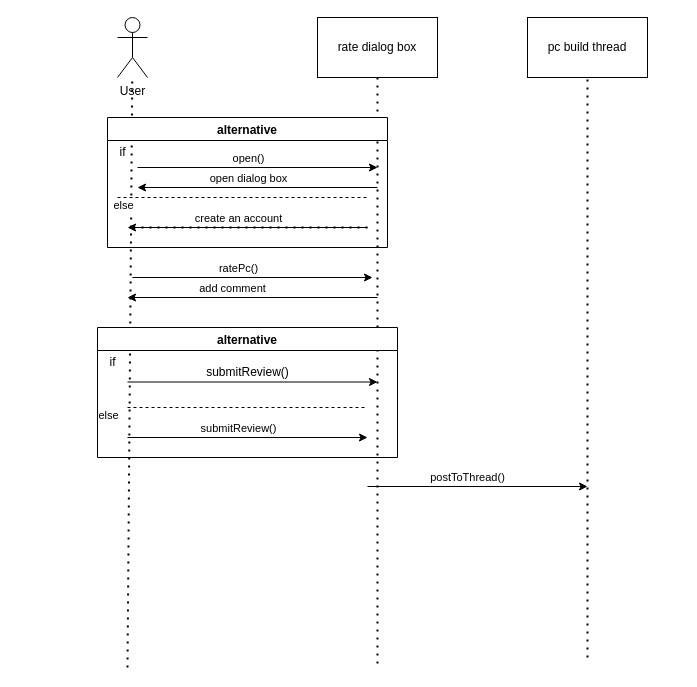
Earlier version of the draw.io diagram SSD models/rate build.drawio (Fusedoom/Three-Stooges). Source tidied: cells renumbered, new cells numbered last; positions are measured from the earlier drawing's top-left corner, leaving out a move shared by most shapes. Both pictures are drawn from the tidied source at 100%, with x=0, y=0 at pixel (97, 17).
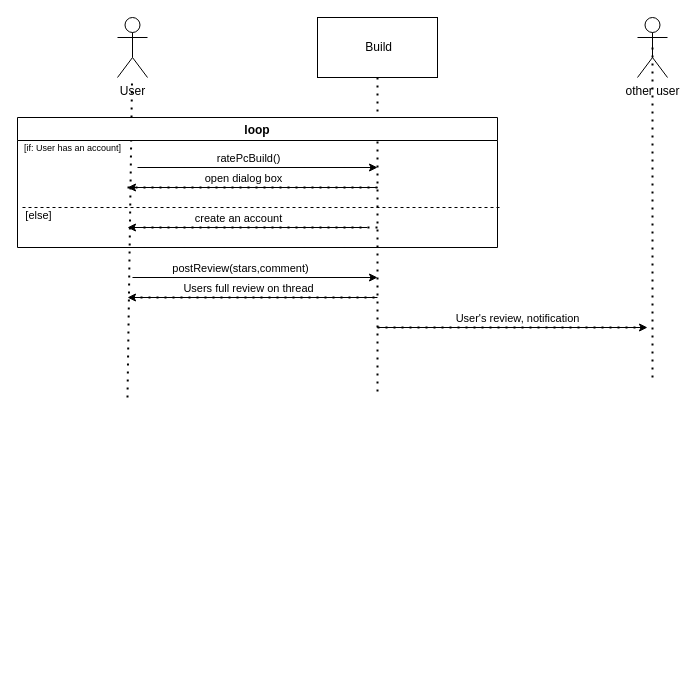
Above is the later version.

Unchanged cells that the change refers to:
```xml
<mxCell id="3" value="User" style="shape=umlActor;verticalLabelPosition=bottom;verticalAlign=top;html=1;outlineConnect=0;" parent="1" vertex="1">
  <mxGeometry x="20" width="30" height="60" as="geometry" />
</mxCell>
<mxCell id="6" style="endArrow=classic;html=1;rounded=0;" parent="1" edge="1">
  <mxGeometry relative="1" as="geometry">
    <mxPoint x="40" y="150" as="sourcePoint" />
    <mxPoint x="280" y="150" as="targetPoint" />
  </mxGeometry>
</mxCell>
```

What changed in the source:
```diff
@@
-    <mxCell id="2" value="rate dialog box" style="rounded=0;whiteSpace=wrap;html=1;" parent="1" vertex="1">
+    <mxCell id="2" value="&amp;nbsp;Build" style="rounded=0;whiteSpace=wrap;html=1;" parent="1" vertex="1">
       <mxGeometry x="220" width="120" height="60" as="geometry" />
     </mxCell>
@@
     <mxCell id="4" style="endArrow=none;dashed=1;html=1;dashPattern=1 3;strokeWidth=2;rounded=0;" parent="1" edge="1" target="3">
       <mxGeometry relative="1" as="geometry">
-        <mxPoint x="30" y="650" as="sourcePoint" />
+        <mxPoint x="30" y="380" as="sourcePoint" />
       </mxGeometry>
     </mxCell>
     <mxCell id="5" style="endArrow=none;dashed=1;html=1;dashPattern=1 3;strokeWidth=2;rounded=0;" parent="1" edge="1" source="2">
       <mxGeometry relative="1" as="geometry">
-        <mxPoint x="280" y="650" as="targetPoint" />
+        <mxPoint x="280" y="380" as="targetPoint" />
       </mxGeometry>
     </mxCell>
@@
-    <mxCell id="7" value="open()" style="edgeLabel;html=1;align=center;verticalAlign=middle;" parent="6" vertex="1">
+    <mxCell id="7" value="ratePcBuild()" style="edgeLabel;html=1;align=center;verticalAlign=middle;" parent="6" vertex="1">
       <mxGeometry x="-0.1" y="-1" relative="1" as="geometry">
         <mxPoint x="2" y="-11" as="offset" />
       </mxGeometry>
     </mxCell>
-    <mxCell id="8" style="endArrow=classic;html=1;rounded=0;" parent="1" edge="1">
-      <mxGeometry relative="1" as="geometry">
-        <mxPoint x="280" y="170" as="sourcePoint" />
-        <mxPoint x="40" y="170" as="targetPoint" />
-      </mxGeometry>
-    </mxCell>
-    <mxCell id="9" value="open dialog box" style="edgeLabel;html=1;align=center;verticalAlign=middle;" parent="8" vertex="1">
-      <mxGeometry x="0.13" y="-1" relative="1" as="geometry">
-        <mxPoint x="6" y="-9" as="offset" />
-      </mxGeometry>
-    </mxCell>
-    <mxCell id="10" value="pc build thread" style="rounded=0;whiteSpace=wrap;html=1;" parent="1" vertex="1">
-      <mxGeometry x="430" width="120" height="60" as="geometry" />
-    </mxCell>
-    <mxCell id="11" style="endArrow=none;dashed=1;html=1;dashPattern=1 3;strokeWidth=2;rounded=0;entryX=0.5;entryY=1;entryDx=0;entryDy=0;" parent="1" edge="1" target="10">
-      <mxGeometry relative="1" as="geometry">
-        <mxPoint x="490" y="640" as="sourcePoint" />
-      </mxGeometry>
-    </mxCell>
     <mxCell id="12" style="endArrow=classic;html=1;rounded=0;" parent="1" edge="1">
       <mxGeometry relative="1" as="geometry">
         <mxPoint x="35" y="260" as="sourcePoint" />
-        <mxPoint x="275" y="260" as="targetPoint" />
+        <mxPoint x="280" y="260" as="targetPoint" />
       </mxGeometry>
     </mxCell>
-    <mxCell id="13" value="ratePc()" style="edgeLabel;html=1;align=center;verticalAlign=middle;" parent="12" vertex="1">
+    <mxCell id="13" value="postReview(stars,comment)" style="edgeLabel;html=1;align=center;verticalAlign=middle;" parent="12" vertex="1">
       <mxGeometry x="-0.25" y="-3" relative="1" as="geometry">
         <mxPoint x="15" y="-13" as="offset" />
       </mxGeometry>
     </mxCell>
-    <mxCell id="14" value="alternative" style="swimlane;" parent="1" vertex="1">
-      <mxGeometry x="10" y="100" width="280" height="130" as="geometry" />
+    <mxCell id="14" value="loop" style="swimlane;startSize=23;" parent="1" vertex="1">
+      <mxGeometry x="-80" y="100" width="480" height="130" as="geometry" />
     </mxCell>
     <mxCell id="15" style="endArrow=classic;html=1;rounded=0;" parent="14" edge="1">
       <mxGeometry relative="1" as="geometry">
-        <mxPoint x="260" y="110" as="sourcePoint" />
-        <mxPoint x="20" y="110" as="targetPoint" />
+        <mxPoint x="350" y="110" as="sourcePoint" />
+        <mxPoint x="110" y="110" as="targetPoint" />
       </mxGeometry>
     </mxCell>
@@
     <mxCell id="17" style="endArrow=none;dashed=1;html=1;dashPattern=1 3;strokeWidth=2;rounded=0;" parent="14" edge="1">
       <mxGeometry relative="1" as="geometry">
-        <mxPoint x="260" y="110" as="sourcePoint" />
-        <mxPoint x="20" y="110" as="targetPoint" />
+        <mxPoint x="360" y="110" as="sourcePoint" />
+        <mxPoint x="120" y="110" as="targetPoint" />
       </mxGeometry>
     </mxCell>
     <mxCell id="18" style="endArrow=none;dashed=1;html=1;rounded=0;" parent="14" edge="1">
       <mxGeometry relative="1" as="geometry">
-        <mxPoint x="10" y="80" as="sourcePoint" />
-        <mxPoint x="260" y="80" as="targetPoint" />
+        <mxPoint x="5" y="90" as="sourcePoint" />
+        <mxPoint x="485" y="90" as="targetPoint" />
       </mxGeometry>
     </mxCell>
-    <mxCell id="19" value="else" style="edgeLabel;html=1;align=center;verticalAlign=middle;" parent="18" vertex="1">
+    <mxCell id="19" value="[else]" style="edgeLabel;html=1;align=center;verticalAlign=middle;" parent="18" vertex="1">
       <mxGeometry x="-0.85" y="-7" relative="1" as="geometry">
-        <mxPoint x="-14" as="offset" />
+        <mxPoint x="-21" as="offset" />
       </mxGeometry>
     </mxCell>
-    <mxCell id="20" value="if" style="text;html=1;align=center;verticalAlign=middle;strokeColor=none;fillColor=none;" parent="14" vertex="1">
-      <mxGeometry y="20" width="30" height="30" as="geometry" />
+    <mxCell id="20" value="&lt;font style=&quot;font-size: 9px;&quot;&gt;[if: User has an account]&lt;/font&gt;" style="text;html=1;align=center;verticalAlign=middle;strokeColor=none;fillColor=none;" parent="14" vertex="1">
+      <mxGeometry y="20" width="110" height="20" as="geometry" />
     </mxCell>
-    <mxCell id="21" value="alternative" style="swimlane;" parent="1" vertex="1">
-      <mxGeometry y="310" width="300" height="130" as="geometry" />
-    </mxCell>
-    <mxCell id="22" style="endArrow=none;dashed=1;html=1;rounded=0;" parent="21" edge="1">
-      <mxGeometry relative="1" as="geometry">
-        <mxPoint x="30" y="80" as="sourcePoint" />
-        <mxPoint x="270" y="80" as="targetPoint" />
-      </mxGeometry>
-    </mxCell>
-    <mxCell id="23" value="else" style="edgeLabel;html=1;align=center;verticalAlign=middle;" parent="22" vertex="1">
-      <mxGeometry x="-0.85" y="-7" relative="1" as="geometry">
-        <mxPoint x="-38" as="offset" />
-      </mxGeometry>
-    </mxCell>
-    <mxCell id="24" value="if" style="text;html=1;align=center;verticalAlign=middle;strokeColor=none;fillColor=none;" parent="21" vertex="1">
-      <mxGeometry y="20" width="30" height="30" as="geometry" />
-    </mxCell>
-    <mxCell id="25" style="endArrow=classic;html=1;rounded=0;" parent="21" edge="1">
-      <mxGeometry relative="1" as="geometry">
-        <mxPoint x="30" y="110" as="sourcePoint" />
-        <mxPoint x="270" y="110" as="targetPoint" />
-      </mxGeometry>
-    </mxCell>
-    <mxCell id="26" value="submitReview()" style="edgeLabel;html=1;align=center;verticalAlign=middle;" parent="25" vertex="1">
-      <mxGeometry x="0.31" y="3" relative="1" as="geometry">
-        <mxPoint x="-47" y="-7" as="offset" />
-      </mxGeometry>
-    </mxCell>
-    <mxCell id="27" style="endArrow=classic;html=1;rounded=0;" parent="21" edge="1">
-      <mxGeometry relative="1" as="geometry">
-        <mxPoint x="30" y="54.5" as="sourcePoint" />
-        <mxPoint x="280" y="54.5" as="targetPoint" />
-      </mxGeometry>
-    </mxCell>
-    <mxCell id="28" value="submitReview()" style="text;html=1;align=center;verticalAlign=middle;strokeColor=none;fillColor=none;" parent="21" vertex="1">
-      <mxGeometry x="95" y="30" width="110" height="30" as="geometry" />
-    </mxCell>
-    <mxCell id="29" style="endArrow=classic;html=1;rounded=0;" parent="1" edge="1">
-      <mxGeometry relative="1" as="geometry">
-        <mxPoint x="280" y="280" as="sourcePoint" />
-        <mxPoint x="30" y="280" as="targetPoint" />
-      </mxGeometry>
-    </mxCell>
-    <mxCell id="30" value="add comment" style="edgeLabel;html=1;align=center;verticalAlign=middle;" parent="29" vertex="1">
-      <mxGeometry x="0.17" y="1" relative="1" as="geometry">
-        <mxPoint y="-11" as="offset" />
-      </mxGeometry>
-    </mxCell>
-    <mxCell id="31" style="endArrow=classic;html=1;rounded=0;" parent="1" edge="1">
-      <mxGeometry relative="1" as="geometry">
-        <mxPoint x="270" y="469" as="sourcePoint" />
-        <mxPoint x="490" y="469" as="targetPoint" />
-      </mxGeometry>
-    </mxCell>
-    <mxCell id="32" value="postToThread()" style="edgeLabel;html=1;align=center;verticalAlign=middle;" parent="31" vertex="1">
-      <mxGeometry x="-0.29" y="1" relative="1" as="geometry">
-        <mxPoint x="21" y="-9" as="offset" />
-      </mxGeometry>
-    </mxCell>
+    <mxCell id="8" style="endArrow=classic;html=1;rounded=0;" parent="14" edge="1">
+      <mxGeometry relative="1" as="geometry">
+        <mxPoint x="360" y="70" as="sourcePoint" />
+        <mxPoint x="110" y="70" as="targetPoint" />
+      </mxGeometry>
+    </mxCell>
+    <mxCell id="9" value="open dialog box" style="edgeLabel;html=1;align=center;verticalAlign=middle;" parent="8" vertex="1">
+      <mxGeometry x="0.13" y="-1" relative="1" as="geometry">
+        <mxPoint x="6" y="-9" as="offset" />
+      </mxGeometry>
+    </mxCell>
+    <mxCell id="33" style="endArrow=none;dashed=1;html=1;dashPattern=1 3;strokeWidth=2;rounded=0;fontSize=11;" parent="14" edge="1">
+      <mxGeometry relative="1" as="geometry">
+        <mxPoint x="110" y="70" as="sourcePoint" />
+        <mxPoint x="360" y="70" as="targetPoint" />
+      </mxGeometry>
+    </mxCell>
+    <mxCell id="34" style="endArrow=none;dashed=1;html=1;dashPattern=1 3;strokeWidth=2;rounded=0;fontSize=9;" parent="1" edge="1">
+      <mxGeometry relative="1" as="geometry">
+        <mxPoint x="35" y="280" as="sourcePoint" />
+        <mxPoint x="280" y="280" as="targetPoint" />
+      </mxGeometry>
+    </mxCell>
+    <mxCell id="35" style="endArrow=classic;html=1;rounded=0;fontSize=9;" parent="1" edge="1">
+      <mxGeometry relative="1" as="geometry">
+        <mxPoint x="280" y="280" as="sourcePoint" />
+        <mxPoint x="30" y="280" as="targetPoint" />
+      </mxGeometry>
+    </mxCell>
+    <mxCell id="36" value="&lt;font style=&quot;font-size: 11px;&quot;&gt;Users full review on thread&lt;/font&gt;" style="edgeLabel;html=1;align=center;verticalAlign=middle;fontSize=9;" parent="35" vertex="1">
+      <mxGeometry x="-0.35" y="-3" relative="1" as="geometry">
+        <mxPoint x="-49" y="-7" as="offset" />
+      </mxGeometry>
+    </mxCell>
+    <mxCell id="37" value="other user" style="shape=umlActor;verticalLabelPosition=bottom;verticalAlign=top;html=1;outlineConnect=0;" parent="1" vertex="1">
+      <mxGeometry x="540" width="30" height="60" as="geometry" />
+    </mxCell>
+    <mxCell id="38" style="endArrow=classic;html=1;rounded=0;" parent="1" edge="1">
+      <mxGeometry relative="1" as="geometry">
+        <mxPoint x="280" y="310" as="sourcePoint" />
+        <mxPoint x="550" y="310" as="targetPoint" />
+      </mxGeometry>
+    </mxCell>
+    <mxCell id="39" value="User's review, notification" style="edgeLabel;html=1;align=center;verticalAlign=middle;" parent="38" vertex="1">
+      <mxGeometry x="0.07" y="3" relative="1" as="geometry">
+        <mxPoint x="-5" y="-7" as="offset" />
+      </mxGeometry>
+    </mxCell>
+    <mxCell id="40" style="endArrow=none;dashed=1;html=1;dashPattern=1 3;strokeWidth=2;rounded=0;entryX=0.5;entryY=0.5;entryDx=0;entryDy=0;entryPerimeter=0;" parent="1" edge="1" target="37">
+      <mxGeometry relative="1" as="geometry">
+        <mxPoint x="555" y="360" as="sourcePoint" />
+      </mxGeometry>
+    </mxCell>
+    <mxCell id="41" style="endArrow=none;dashed=1;html=1;dashPattern=1 3;strokeWidth=2;rounded=0;" parent="1" edge="1">
+      <mxGeometry relative="1" as="geometry">
+        <mxPoint x="280" y="310" as="sourcePoint" />
+        <mxPoint x="550" y="310" as="targetPoint" />
+      </mxGeometry>
+    </mxCell>
```
